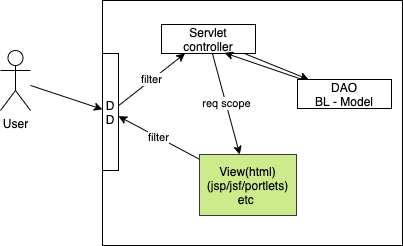
adithnaveen/sapient-freshers-2021-jun-asde keeps this draw.io diagram as images/mvc.drawio.png. Above is the earlier version. Source tidied: cells renumbered, new cells last; positions are measured from the earlier drawing's top-left corner, leaving out a move shared by most shapes. The source it was exported from:
```xml
<mxGraphModel>
  <root>
    <mxCell id="0" />
    <mxCell id="1" parent="0" />
    <mxCell id="2" style="rounded=0;whiteSpace=wrap;html=1;" parent="1" vertex="1">
      <mxGeometry x="102" width="300" height="245" as="geometry" />
    </mxCell>
    <mxCell id="3" style="edgeStyle=none;rounded=0;jettySize=auto;html=1;" parent="1" edge="1" source="4" target="13">
      <mxGeometry relative="1" as="geometry" />
    </mxCell>
    <mxCell id="4" value="User" style="shape=umlActor;verticalLabelPosition=bottom;verticalAlign=top;html=1;outlineConnect=0;" parent="1" vertex="1">
      <mxGeometry y="50" width="30" height="60" as="geometry" />
    </mxCell>
    <mxCell id="5" style="edgeStyle=none;rounded=0;jettySize=auto;html=1;" parent="1" edge="1" source="7" target="9">
      <mxGeometry relative="1" as="geometry" />
    </mxCell>
    <mxCell id="6" value="req scope" style="edgeStyle=none;rounded=0;jettySize=auto;html=1;" parent="1" edge="1" source="7" target="11">
      <mxGeometry relative="1" as="geometry" />
    </mxCell>
    <mxCell id="7" value="Servlet&lt;br&gt;controller" style="rounded=0;whiteSpace=wrap;html=1;" parent="1" vertex="1">
      <mxGeometry x="161" y="24" width="94" height="29" as="geometry" />
    </mxCell>
    <mxCell id="8" style="edgeStyle=none;rounded=0;jettySize=auto;html=1;entryX=0.67;entryY=0.978;entryDx=0;entryDy=0;entryPerimeter=0;" parent="1" edge="1" source="9" target="7">
      <mxGeometry relative="1" as="geometry" />
    </mxCell>
    <mxCell id="9" value="DAO&lt;br&gt;BL - Model" style="rounded=0;whiteSpace=wrap;html=1;" parent="1" vertex="1">
      <mxGeometry x="297" y="79" width="94" height="29" as="geometry" />
    </mxCell>
    <mxCell id="10" value="filter" style="edgeStyle=none;rounded=0;jettySize=auto;html=1;" parent="1" edge="1" source="11" target="13">
      <mxGeometry relative="1" as="geometry" />
    </mxCell>
    <mxCell id="11" value="&lt;font color=&quot;#000000&quot;&gt;View(html)&lt;br&gt;(jsp/jsf/portlets) etc&amp;nbsp;&lt;/font&gt;" style="rounded=0;whiteSpace=wrap;html=1;fillColor=#cdeb8b;strokeColor=#36393d;" parent="1" vertex="1">
      <mxGeometry x="199" y="154" width="97" height="61" as="geometry" />
    </mxCell>
    <mxCell id="12" value="filter" style="edgeStyle=none;rounded=0;jettySize=auto;html=1;entryX=0.25;entryY=1;entryDx=0;entryDy=0;" parent="1" edge="1" source="13" target="7">
      <mxGeometry relative="1" as="geometry" />
    </mxCell>
    <mxCell id="13" value="D&lt;br&gt;D" style="rounded=0;whiteSpace=wrap;html=1;" parent="1" vertex="1">
      <mxGeometry x="102" y="53" width="16" height="117" as="geometry" />
    </mxCell>
  </root>
</mxGraphModel>
```
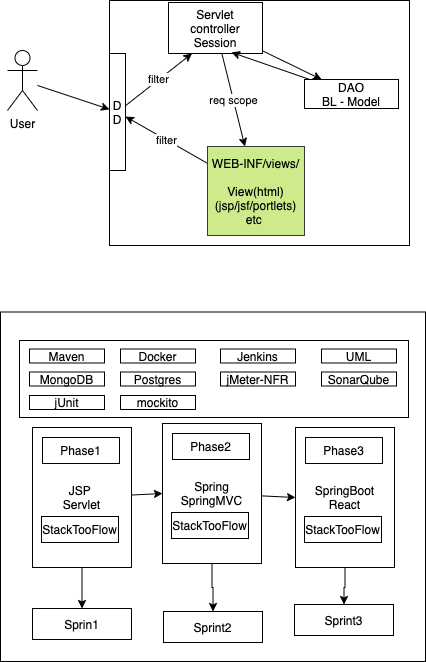
Later version of the same file.

The edit, as a diff of the source:
```diff
@@ -2,6 +2,9 @@
   <root>
     <mxCell id="0" />
     <mxCell id="1" parent="0" />
+    <mxCell id="14" style="rounded=0;whiteSpace=wrap;html=1;" parent="1" vertex="1">
+      <mxGeometry x="-7" y="311.5" width="425" height="349.5" as="geometry" />
+    </mxCell>
     <mxCell id="2" style="rounded=0;whiteSpace=wrap;html=1;" parent="1" vertex="1">
       <mxGeometry x="102" width="300" height="245" as="geometry" />
     </mxCell>
@@ -17,8 +20,8 @@
     <mxCell id="6" value="req scope" style="edgeStyle=none;rounded=0;jettySize=auto;html=1;" parent="1" edge="1" source="7" target="11">
       <mxGeometry relative="1" as="geometry" />
     </mxCell>
-    <mxCell id="7" value="Servlet&lt;br&gt;controller" style="rounded=0;whiteSpace=wrap;html=1;" parent="1" vertex="1">
-      <mxGeometry x="161" y="24" width="94" height="29" as="geometry" />
+    <mxCell id="7" value="Servlet&lt;br&gt;controller&lt;br&gt;Session" style="rounded=0;whiteSpace=wrap;html=1;" parent="1" vertex="1">
+      <mxGeometry x="161" y="2" width="94" height="51" as="geometry" />
     </mxCell>
     <mxCell id="8" style="edgeStyle=none;rounded=0;jettySize=auto;html=1;entryX=0.67;entryY=0.978;entryDx=0;entryDy=0;entryPerimeter=0;" parent="1" edge="1" source="9" target="7">
       <mxGeometry relative="1" as="geometry" />
@@ -29,8 +32,8 @@
     <mxCell id="10" value="filter" style="edgeStyle=none;rounded=0;jettySize=auto;html=1;" parent="1" edge="1" source="11" target="13">
       <mxGeometry relative="1" as="geometry" />
     </mxCell>
-    <mxCell id="11" value="&lt;font color=&quot;#000000&quot;&gt;View(html)&lt;br&gt;(jsp/jsf/portlets) etc&amp;nbsp;&lt;/font&gt;" style="rounded=0;whiteSpace=wrap;html=1;fillColor=#cdeb8b;strokeColor=#36393d;" parent="1" vertex="1">
-      <mxGeometry x="199" y="154" width="97" height="61" as="geometry" />
+    <mxCell id="11" value="&lt;font color=&quot;#000000&quot;&gt;WEB-INF/views/&lt;br&gt;&lt;br&gt;View(html)&lt;br&gt;(jsp/jsf/portlets) etc&amp;nbsp;&lt;/font&gt;" style="rounded=0;whiteSpace=wrap;html=1;fillColor=#cdeb8b;strokeColor=#36393d;" parent="1" vertex="1">
+      <mxGeometry x="200" y="146" width="97" height="89" as="geometry" />
     </mxCell>
     <mxCell id="12" value="filter" style="edgeStyle=none;rounded=0;jettySize=auto;html=1;entryX=0.25;entryY=1;entryDx=0;entryDy=0;" parent="1" edge="1" source="13" target="7">
       <mxGeometry relative="1" as="geometry" />
@@ -38,5 +41,89 @@
     <mxCell id="13" value="D&lt;br&gt;D" style="rounded=0;whiteSpace=wrap;html=1;" parent="1" vertex="1">
       <mxGeometry x="102" y="53" width="16" height="117" as="geometry" />
     </mxCell>
+    <mxCell id="15" style="rounded=0;whiteSpace=wrap;html=1;" parent="1" vertex="1">
+      <mxGeometry x="12" y="340" width="389" height="77" as="geometry" />
+    </mxCell>
+    <mxCell id="16" value="Maven" style="rounded=0;whiteSpace=wrap;html=1;" parent="1" vertex="1">
+      <mxGeometry x="22" y="348.5" width="75" height="14" as="geometry" />
+    </mxCell>
+    <mxCell id="17" value="Docker" style="rounded=0;whiteSpace=wrap;html=1;" parent="1" vertex="1">
+      <mxGeometry x="113" y="348.5" width="75" height="14" as="geometry" />
+    </mxCell>
+    <mxCell id="18" value="Jenkins" style="rounded=0;whiteSpace=wrap;html=1;" parent="1" vertex="1">
+      <mxGeometry x="213" y="348.5" width="75" height="14" as="geometry" />
+    </mxCell>
+    <mxCell id="19" value="UML" style="rounded=0;whiteSpace=wrap;html=1;" parent="1" vertex="1">
+      <mxGeometry x="314" y="348.5" width="75" height="14" as="geometry" />
+    </mxCell>
+    <mxCell id="20" value="MongoDB" style="rounded=0;whiteSpace=wrap;html=1;" parent="1" vertex="1">
+      <mxGeometry x="22" y="371.5" width="75" height="14" as="geometry" />
+    </mxCell>
+    <mxCell id="21" value="Postgres" style="rounded=0;whiteSpace=wrap;html=1;" parent="1" vertex="1">
+      <mxGeometry x="113" y="371.5" width="75" height="14" as="geometry" />
+    </mxCell>
+    <mxCell id="22" style="edgeStyle=orthogonalEdgeStyle;rounded=0;jettySize=auto;html=1;" parent="1" edge="1" source="24" target="38">
+      <mxGeometry relative="1" as="geometry" />
+    </mxCell>
+    <mxCell id="23" style="rounded=0;jettySize=auto;html=1;entryX=0;entryY=0.5;entryDx=0;entryDy=0;" parent="1" edge="1" source="24" target="29">
+      <mxGeometry relative="1" as="geometry" />
+    </mxCell>
+    <mxCell id="24" value="JSP&amp;nbsp;&lt;br&gt;Servlet&lt;br&gt;" style="rounded=0;whiteSpace=wrap;html=1;" parent="1" vertex="1">
+      <mxGeometry x="25" y="427" width="99" height="140" as="geometry" />
+    </mxCell>
+    <mxCell id="25" value="Phase1" style="rounded=0;whiteSpace=wrap;html=1;" parent="1" vertex="1">
+      <mxGeometry x="35" y="437" width="77" height="26" as="geometry" />
+    </mxCell>
+    <mxCell id="26" value="StackTooFlow" style="rounded=0;whiteSpace=wrap;html=1;" parent="1" vertex="1">
+      <mxGeometry x="34" y="516" width="77" height="26" as="geometry" />
+    </mxCell>
+    <mxCell id="27" style="edgeStyle=orthogonalEdgeStyle;rounded=0;jettySize=auto;html=1;" parent="1" edge="1" source="29" target="39">
+      <mxGeometry relative="1" as="geometry" />
+    </mxCell>
+    <mxCell id="28" style="rounded=0;jettySize=auto;html=1;entryX=0;entryY=0.5;entryDx=0;entryDy=0;" parent="1" edge="1" source="29" target="33">
+      <mxGeometry relative="1" as="geometry" />
+    </mxCell>
+    <mxCell id="29" value="Spring&lt;br&gt;SpringMVC" style="rounded=0;whiteSpace=wrap;html=1;" parent="1" vertex="1">
+      <mxGeometry x="155" y="423" width="99" height="140" as="geometry" />
+    </mxCell>
+    <mxCell id="30" value="Phase2" style="rounded=0;whiteSpace=wrap;html=1;" parent="1" vertex="1">
+      <mxGeometry x="165" y="433" width="77" height="26" as="geometry" />
+    </mxCell>
+    <mxCell id="31" value="StackTooFlow" style="rounded=0;whiteSpace=wrap;html=1;" parent="1" vertex="1">
+      <mxGeometry x="164" y="512" width="77" height="26" as="geometry" />
+    </mxCell>
+    <mxCell id="32" style="edgeStyle=orthogonalEdgeStyle;rounded=0;jettySize=auto;html=1;" parent="1" edge="1" source="33" target="40">
+      <mxGeometry relative="1" as="geometry" />
+    </mxCell>
+    <mxCell id="33" value="SpringBoot&lt;br&gt;React" style="rounded=0;whiteSpace=wrap;html=1;" parent="1" vertex="1">
+      <mxGeometry x="288" y="427" width="99" height="140" as="geometry" />
+    </mxCell>
+    <mxCell id="34" value="Phase3" style="rounded=0;whiteSpace=wrap;html=1;" parent="1" vertex="1">
+      <mxGeometry x="298" y="437" width="77" height="26" as="geometry" />
+    </mxCell>
+    <mxCell id="35" value="StackTooFlow" style="rounded=0;whiteSpace=wrap;html=1;" parent="1" vertex="1">
+      <mxGeometry x="297" y="516" width="77" height="26" as="geometry" />
+    </mxCell>
+    <mxCell id="36" value="jMeter-NFR" style="rounded=0;whiteSpace=wrap;html=1;" parent="1" vertex="1">
+      <mxGeometry x="213" y="371.5" width="75" height="14" as="geometry" />
+    </mxCell>
+    <mxCell id="37" value="SonarQube" style="rounded=0;whiteSpace=wrap;html=1;" parent="1" vertex="1">
+      <mxGeometry x="314" y="371.5" width="75" height="14" as="geometry" />
+    </mxCell>
+    <mxCell id="38" value="Sprin1" style="rounded=0;whiteSpace=wrap;html=1;" parent="1" vertex="1">
+      <mxGeometry x="25" y="608" width="99" height="31" as="geometry" />
+    </mxCell>
+    <mxCell id="39" value="Sprint2" style="rounded=0;whiteSpace=wrap;html=1;" parent="1" vertex="1">
+      <mxGeometry x="156" y="611" width="99" height="31" as="geometry" />
+    </mxCell>
+    <mxCell id="40" value="Sprint3" style="rounded=0;whiteSpace=wrap;html=1;" parent="1" vertex="1">
+      <mxGeometry x="287" y="604" width="99" height="31" as="geometry" />
+    </mxCell>
+    <mxCell id="41" value="jUnit" style="rounded=0;whiteSpace=wrap;html=1;" parent="1" vertex="1">
+      <mxGeometry x="22" y="395" width="75" height="14" as="geometry" />
+    </mxCell>
+    <mxCell id="42" value="mockito" style="rounded=0;whiteSpace=wrap;html=1;" parent="1" vertex="1">
+      <mxGeometry x="113" y="395" width="75" height="14" as="geometry" />
+    </mxCell>
   </root>
 </mxGraphModel>
```
